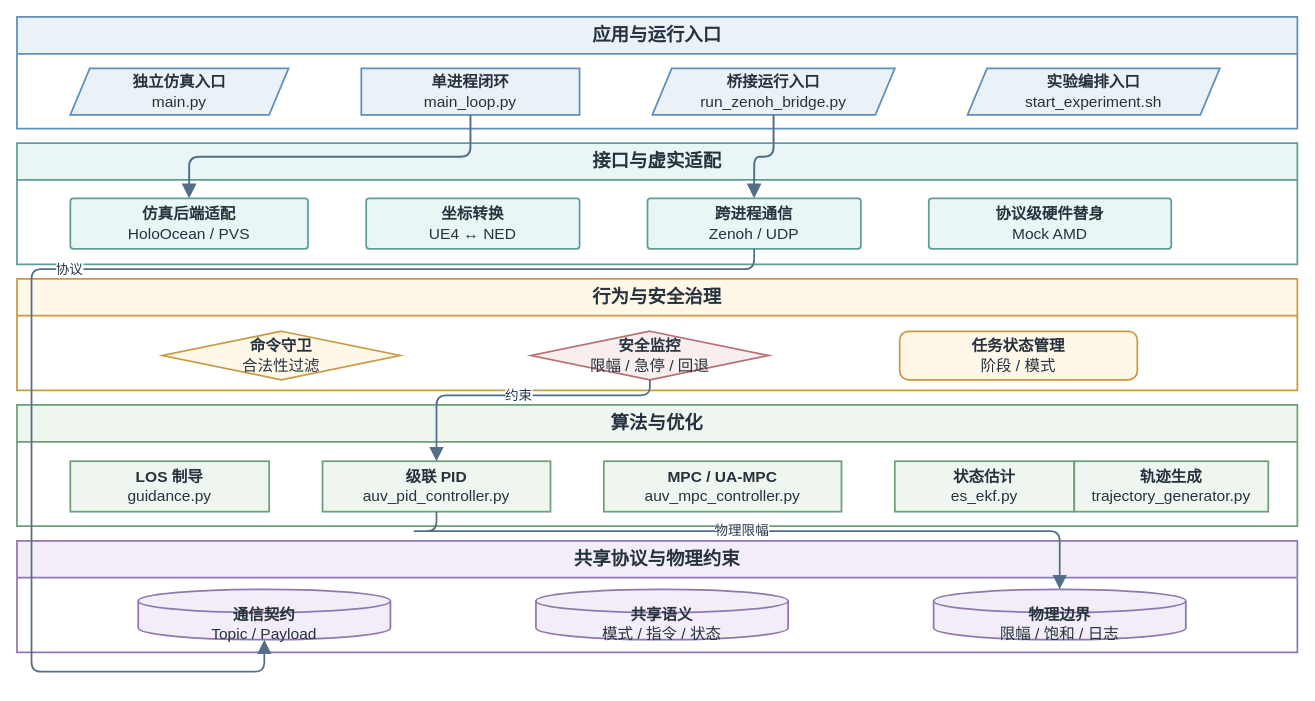
Above: docs/internals/figures/architecture/auv_code_layer_architecture.drawio in 360ZMEM/AUV-Master-Project (draw.io), before the change. Source tidied: cells renumbered, new cells numbered last; positions are measured from the earlier drawing's top-left corner, leaving out a move shared by most shapes. Both pictures are drawn from the tidied source at 97%, with x=0, y=0 at pixel (16, 16).
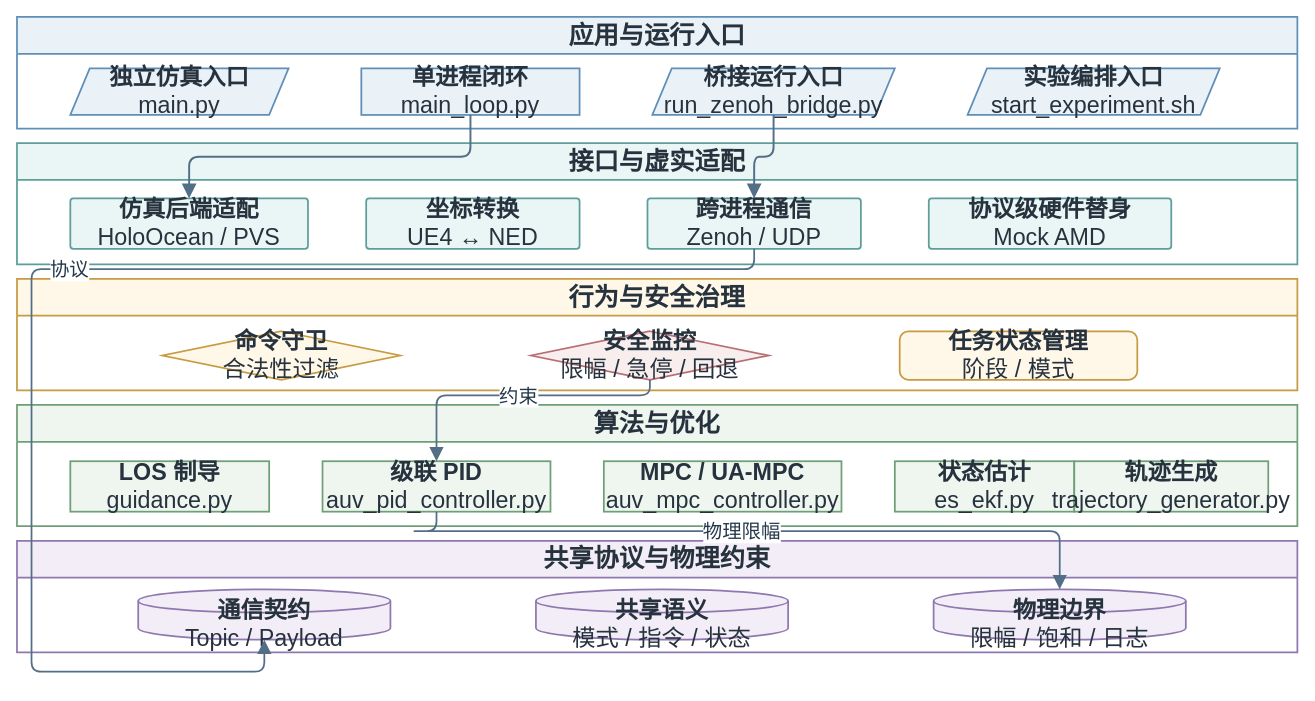
The same diagram, later.

Diff of the diagram source:
```diff
@@
-    <mxCell id="2" value="应用与运行入口" style="swimlane;whiteSpace=wrap;html=1;startSize=38;rounded=0;fillColor=#EAF2F8;strokeColor=#5F8FB8;strokeWidth=1.8;fontFamily=Songti SC;fontSize=19;fontStyle=1;fontColor=#26323D;" parent="1" vertex="1">
+    <mxCell id="2" value="应用与运行入口" style="swimlane;whiteSpace=wrap;html=1;startSize=38;rounded=0;fillColor=#EAF2F8;strokeColor=#5F8FB8;strokeWidth=1.8;fontFamily=Songti SC;fontSize=26;fontStyle=1;fontColor=#26323D;" parent="1" vertex="1">
       <mxGeometry width="1320" height="115" as="geometry" />
     </mxCell>
-    <mxCell id="3" value="接口与虚实适配" style="swimlane;whiteSpace=wrap;html=1;startSize=38;rounded=0;fillColor=#EAF6F5;strokeColor=#5D9E99;strokeWidth=1.8;fontFamily=Songti SC;fontSize=19;fontStyle=1;fontColor=#26323D;" parent="1" vertex="1">
+    <mxCell id="3" value="接口与虚实适配" style="swimlane;whiteSpace=wrap;html=1;startSize=38;rounded=0;fillColor=#EAF6F5;strokeColor=#5D9E99;strokeWidth=1.8;fontFamily=Songti SC;fontSize=26;fontStyle=1;fontColor=#26323D;" parent="1" vertex="1">
       <mxGeometry y="130" width="1320" height="125" as="geometry" />
     </mxCell>
-    <mxCell id="4" value="行为与安全治理" style="swimlane;whiteSpace=wrap;html=1;startSize=38;rounded=0;fillColor=#FFF7E8;strokeColor=#C69B42;strokeWidth=1.8;fontFamily=Songti SC;fontSize=19;fontStyle=1;fontColor=#26323D;" parent="1" vertex="1">
+    <mxCell id="4" value="行为与安全治理" style="swimlane;whiteSpace=wrap;html=1;startSize=38;rounded=0;fillColor=#FFF7E8;strokeColor=#C69B42;strokeWidth=1.8;fontFamily=Songti SC;fontSize=26;fontStyle=1;fontColor=#26323D;" parent="1" vertex="1">
       <mxGeometry y="270" width="1320" height="115" as="geometry" />
     </mxCell>
-    <mxCell id="5" value="算法与优化" style="swimlane;whiteSpace=wrap;html=1;startSize=38;rounded=0;fillColor=#EEF6EF;strokeColor=#6E9F78;strokeWidth=1.8;fontFamily=Songti SC;fontSize=19;fontStyle=1;fontColor=#26323D;" parent="1" vertex="1">
+    <mxCell id="5" value="算法与优化" style="swimlane;whiteSpace=wrap;html=1;startSize=38;rounded=0;fillColor=#EEF6EF;strokeColor=#6E9F78;strokeWidth=1.8;fontFamily=Songti SC;fontSize=26;fontStyle=1;fontColor=#26323D;" parent="1" vertex="1">
       <mxGeometry y="400" width="1320" height="125" as="geometry" />
     </mxCell>
-    <mxCell id="6" value="共享协议与物理约束" style="swimlane;whiteSpace=wrap;html=1;startSize=38;rounded=0;fillColor=#F2EDF7;strokeColor=#8F78AF;strokeWidth=1.8;fontFamily=Songti SC;fontSize=19;fontStyle=1;fontColor=#26323D;" parent="1" vertex="1">
+    <mxCell id="6" value="共享协议与物理约束" style="swimlane;whiteSpace=wrap;html=1;startSize=38;rounded=0;fillColor=#F2EDF7;strokeColor=#8F78AF;strokeWidth=1.8;fontFamily=Songti SC;fontSize=26;fontStyle=1;fontColor=#26323D;" parent="1" vertex="1">
       <mxGeometry y="540" width="1320" height="115" as="geometry" />
     </mxCell>
-    <mxCell id="7" value="&lt;b&gt;独立仿真入口&lt;/b&gt;&lt;br&gt;main.py" style="shape=parallelogram;perimeter=parallelogramPerimeter;fixedSize=1;whiteSpace=wrap;html=1;align=center;verticalAlign=middle;fillColor=#EAF2F8;strokeColor=#5F8FB8;strokeWidth=1.8;spacing=8;fontFamily=Songti SC;fontSize=16;fontColor=#26323D;" parent="2" vertex="1">
+    <mxCell id="7" value="&lt;b&gt;独立仿真入口&lt;/b&gt;&lt;br&gt;main.py" style="shape=parallelogram;perimeter=parallelogramPerimeter;fixedSize=1;whiteSpace=wrap;html=1;align=center;verticalAlign=middle;fillColor=#EAF2F8;strokeColor=#5F8FB8;strokeWidth=1.8;spacing=8;fontFamily=Songti SC;fontSize=24;fontColor=#26323D;" parent="2" vertex="1">
       <mxGeometry x="55" y="53" width="225" height="48" as="geometry" />
     </mxCell>
-    <mxCell id="8" value="&lt;b&gt;单进程闭环&lt;/b&gt;&lt;br&gt;main_loop.py" style="rounded=0;whiteSpace=wrap;html=1;align=center;verticalAlign=middle;fillColor=#EAF2F8;strokeColor=#5F8FB8;strokeWidth=1.8;spacing=8;fontFamily=Songti SC;fontSize=16;fontColor=#26323D;" parent="2" vertex="1">
+    <mxCell id="8" value="&lt;b&gt;单进程闭环&lt;/b&gt;&lt;br&gt;main_loop.py" style="rounded=0;whiteSpace=wrap;html=1;align=center;verticalAlign=middle;fillColor=#EAF2F8;strokeColor=#5F8FB8;strokeWidth=1.8;spacing=8;fontFamily=Songti SC;fontSize=24;fontColor=#26323D;" parent="2" vertex="1">
       <mxGeometry x="355" y="53" width="225" height="48" as="geometry" />
     </mxCell>
-    <mxCell id="9" value="&lt;b&gt;桥接运行入口&lt;/b&gt;&lt;br&gt;run_zenoh_bridge.py" style="shape=parallelogram;perimeter=parallelogramPerimeter;fixedSize=1;whiteSpace=wrap;html=1;align=center;verticalAlign=middle;fillColor=#EAF2F8;strokeColor=#5F8FB8;strokeWidth=1.8;spacing=8;fontFamily=Songti SC;fontSize=16;fontColor=#26323D;" parent="2" vertex="1">
+    <mxCell id="9" value="&lt;b&gt;桥接运行入口&lt;/b&gt;&lt;br&gt;run_zenoh_bridge.py" style="shape=parallelogram;perimeter=parallelogramPerimeter;fixedSize=1;whiteSpace=wrap;html=1;align=center;verticalAlign=middle;fillColor=#EAF2F8;strokeColor=#5F8FB8;strokeWidth=1.8;spacing=8;fontFamily=Songti SC;fontSize=24;fontColor=#26323D;" parent="2" vertex="1">
       <mxGeometry x="655" y="53" width="250" height="48" as="geometry" />
     </mxCell>
-    <mxCell id="10" value="&lt;b&gt;实验编排入口&lt;/b&gt;&lt;br&gt;start_experiment.sh" style="shape=parallelogram;perimeter=parallelogramPerimeter;fixedSize=1;whiteSpace=wrap;html=1;align=center;verticalAlign=middle;fillColor=#EAF2F8;strokeColor=#5F8FB8;strokeWidth=1.8;spacing=8;fontFamily=Songti SC;fontSize=16;fontColor=#26323D;" parent="2" vertex="1">
+    <mxCell id="10" value="&lt;b&gt;实验编排入口&lt;/b&gt;&lt;br&gt;start_experiment.sh" style="shape=parallelogram;perimeter=parallelogramPerimeter;fixedSize=1;whiteSpace=wrap;html=1;align=center;verticalAlign=middle;fillColor=#EAF2F8;strokeColor=#5F8FB8;strokeWidth=1.8;spacing=8;fontFamily=Songti SC;fontSize=24;fontColor=#26323D;" parent="2" vertex="1">
       <mxGeometry x="980" y="53" width="260" height="48" as="geometry" />
     </mxCell>
-    <mxCell id="11" value="&lt;b&gt;仿真后端适配&lt;/b&gt;&lt;br&gt;HoloOcean / PVS" style="rounded=1;arcSize=6;whiteSpace=wrap;html=1;align=center;verticalAlign=middle;fillColor=#EAF6F5;strokeColor=#5D9E99;strokeWidth=1.8;spacing=8;fontFamily=Songti SC;fontSize=16;fontColor=#26323D;" parent="3" vertex="1">
+    <mxCell id="11" value="&lt;b&gt;仿真后端适配&lt;/b&gt;&lt;br&gt;HoloOcean / PVS" style="rounded=1;arcSize=6;whiteSpace=wrap;html=1;align=center;verticalAlign=middle;fillColor=#EAF6F5;strokeColor=#5D9E99;strokeWidth=1.8;spacing=8;fontFamily=Songti SC;fontSize=24;fontColor=#26323D;" parent="3" vertex="1">
       <mxGeometry x="55" y="57" width="245" height="52" as="geometry" />
     </mxCell>
-    <mxCell id="12" value="&lt;b&gt;坐标转换&lt;/b&gt;&lt;br&gt;UE4 ↔ NED" style="rounded=1;arcSize=6;whiteSpace=wrap;html=1;align=center;verticalAlign=middle;fillColor=#EAF6F5;strokeColor=#5D9E99;strokeWidth=1.8;spacing=8;fontFamily=Songti SC;fontSize=16;fontColor=#26323D;" parent="3" vertex="1">
+    <mxCell id="12" value="&lt;b&gt;坐标转换&lt;/b&gt;&lt;br&gt;UE4 ↔ NED" style="rounded=1;arcSize=6;whiteSpace=wrap;html=1;align=center;verticalAlign=middle;fillColor=#EAF6F5;strokeColor=#5D9E99;strokeWidth=1.8;spacing=8;fontFamily=Songti SC;fontSize=24;fontColor=#26323D;" parent="3" vertex="1">
       <mxGeometry x="360" y="57" width="220" height="52" as="geometry" />
     </mxCell>
-    <mxCell id="13" value="&lt;b&gt;跨进程通信&lt;/b&gt;&lt;br&gt;Zenoh / UDP" style="rounded=1;arcSize=6;whiteSpace=wrap;html=1;align=center;verticalAlign=middle;fillColor=#EAF6F5;strokeColor=#5D9E99;strokeWidth=1.8;spacing=8;fontFamily=Songti SC;fontSize=16;fontColor=#26323D;" parent="3" vertex="1">
+    <mxCell id="13" value="&lt;b&gt;跨进程通信&lt;/b&gt;&lt;br&gt;Zenoh / UDP" style="rounded=1;arcSize=6;whiteSpace=wrap;html=1;align=center;verticalAlign=middle;fillColor=#EAF6F5;strokeColor=#5D9E99;strokeWidth=1.8;spacing=8;fontFamily=Songti SC;fontSize=24;fontColor=#26323D;" parent="3" vertex="1">
       <mxGeometry x="650" y="57" width="220" height="52" as="geometry" />
     </mxCell>
-    <mxCell id="14" value="&lt;b&gt;协议级硬件替身&lt;/b&gt;&lt;br&gt;Mock AMD" style="rounded=1;arcSize=6;whiteSpace=wrap;html=1;align=center;verticalAlign=middle;fillColor=#EAF6F5;strokeColor=#5D9E99;strokeWidth=1.8;spacing=8;fontFamily=Songti SC;fontSize=16;fontColor=#26323D;" parent="3" vertex="1">
+    <mxCell id="14" value="&lt;b&gt;协议级硬件替身&lt;/b&gt;&lt;br&gt;Mock AMD" style="rounded=1;arcSize=6;whiteSpace=wrap;html=1;align=center;verticalAlign=middle;fillColor=#EAF6F5;strokeColor=#5D9E99;strokeWidth=1.8;spacing=8;fontFamily=Songti SC;fontSize=24;fontColor=#26323D;" parent="3" vertex="1">
       <mxGeometry x="940" y="57" width="250" height="52" as="geometry" />
     </mxCell>
-    <mxCell id="15" value="&lt;b&gt;命令守卫&lt;/b&gt;&lt;br&gt;合法性过滤" style="rhombus;whiteSpace=wrap;html=1;align=center;verticalAlign=middle;fillColor=#FFF7E8;strokeColor=#C69B42;strokeWidth=1.8;spacing=8;fontFamily=Songti SC;fontSize=16;fontColor=#26323D;" parent="4" vertex="1">
+    <mxCell id="15" value="&lt;b&gt;命令守卫&lt;/b&gt;&lt;br&gt;合法性过滤" style="rhombus;whiteSpace=wrap;html=1;align=center;verticalAlign=middle;fillColor=#FFF7E8;strokeColor=#C69B42;strokeWidth=1.8;spacing=8;fontFamily=Songti SC;fontSize=24;fontColor=#26323D;" parent="4" vertex="1">
       <mxGeometry x="150" y="54" width="245" height="50" as="geometry" />
     </mxCell>
-    <mxCell id="16" value="&lt;b&gt;安全监控&lt;/b&gt;&lt;br&gt;限幅 / 急停 / 回退" style="rhombus;whiteSpace=wrap;html=1;align=center;verticalAlign=middle;fillColor=#F8EEEE;strokeColor=#B86F73;strokeWidth=1.8;spacing=8;fontFamily=Songti SC;fontSize=16;fontColor=#26323D;" parent="4" vertex="1">
+    <mxCell id="16" value="&lt;b&gt;安全监控&lt;/b&gt;&lt;br&gt;限幅 / 急停 / 回退" style="rhombus;whiteSpace=wrap;html=1;align=center;verticalAlign=middle;fillColor=#F8EEEE;strokeColor=#B86F73;strokeWidth=1.8;spacing=8;fontFamily=Songti SC;fontSize=24;fontColor=#26323D;" parent="4" vertex="1">
       <mxGeometry x="530" y="54" width="245" height="50" as="geometry" />
     </mxCell>
-    <mxCell id="17" value="&lt;b&gt;任务状态管理&lt;/b&gt;&lt;br&gt;阶段 / 模式" style="rounded=1;arcSize=18;whiteSpace=wrap;html=1;align=center;verticalAlign=middle;fillColor=#FFF7E8;strokeColor=#C69B42;strokeWidth=1.8;spacing=8;fontFamily=Songti SC;fontSize=16;fontColor=#26323D;" parent="4" vertex="1">
+    <mxCell id="17" value="&lt;b&gt;任务状态管理&lt;/b&gt;&lt;br&gt;阶段 / 模式" style="rounded=1;arcSize=18;whiteSpace=wrap;html=1;align=center;verticalAlign=middle;fillColor=#FFF7E8;strokeColor=#C69B42;strokeWidth=1.8;spacing=8;fontFamily=Songti SC;fontSize=24;fontColor=#26323D;" parent="4" vertex="1">
       <mxGeometry x="910" y="54" width="245" height="50" as="geometry" />
     </mxCell>
-    <mxCell id="18" value="&lt;b&gt;LOS 制导&lt;/b&gt;&lt;br&gt;guidance.py" style="rounded=0;whiteSpace=wrap;html=1;align=center;verticalAlign=middle;fillColor=#EEF6EF;strokeColor=#6E9F78;strokeWidth=1.8;spacing=8;fontFamily=Songti SC;fontSize=16;fontColor=#26323D;" parent="5" vertex="1">
+    <mxCell id="18" value="&lt;b&gt;LOS 制导&lt;/b&gt;&lt;br&gt;guidance.py" style="rounded=0;whiteSpace=wrap;html=1;align=center;verticalAlign=middle;fillColor=#EEF6EF;strokeColor=#6E9F78;strokeWidth=1.8;spacing=8;fontFamily=Songti SC;fontSize=24;fontColor=#26323D;" parent="5" vertex="1">
       <mxGeometry x="55" y="58" width="205" height="52" as="geometry" />
     </mxCell>
-    <mxCell id="19" value="&lt;b&gt;级联 PID&lt;/b&gt;&lt;br&gt;auv_pid_controller.py" style="rounded=0;whiteSpace=wrap;html=1;align=center;verticalAlign=middle;fillColor=#EEF6EF;strokeColor=#6E9F78;strokeWidth=1.8;spacing=8;fontFamily=Songti SC;fontSize=16;fontColor=#26323D;" parent="5" vertex="1">
+    <mxCell id="19" value="&lt;b&gt;级联 PID&lt;/b&gt;&lt;br&gt;auv_pid_controller.py" style="rounded=0;whiteSpace=wrap;html=1;align=center;verticalAlign=middle;fillColor=#EEF6EF;strokeColor=#6E9F78;strokeWidth=1.8;spacing=8;fontFamily=Songti SC;fontSize=24;fontColor=#26323D;" parent="5" vertex="1">
       <mxGeometry x="315" y="58" width="235" height="52" as="geometry" />
     </mxCell>
-    <mxCell id="20" value="&lt;b&gt;MPC / UA-MPC&lt;/b&gt;&lt;br&gt;auv_mpc_controller.py" style="rounded=0;whiteSpace=wrap;html=1;align=center;verticalAlign=middle;fillColor=#EEF6EF;strokeColor=#6E9F78;strokeWidth=1.8;spacing=8;fontFamily=Songti SC;fontSize=16;fontColor=#26323D;" parent="5" vertex="1">
+    <mxCell id="20" value="&lt;b&gt;MPC / UA-MPC&lt;/b&gt;&lt;br&gt;auv_mpc_controller.py" style="rounded=0;whiteSpace=wrap;html=1;align=center;verticalAlign=middle;fillColor=#EEF6EF;strokeColor=#6E9F78;strokeWidth=1.8;spacing=8;fontFamily=Songti SC;fontSize=24;fontColor=#26323D;" parent="5" vertex="1">
       <mxGeometry x="605" y="58" width="245" height="52" as="geometry" />
     </mxCell>
-    <mxCell id="21" value="&lt;b&gt;状态估计&lt;/b&gt;&lt;br&gt;es_ekf.py" style="rounded=0;whiteSpace=wrap;html=1;align=center;verticalAlign=middle;fillColor=#EEF6EF;strokeColor=#6E9F78;strokeWidth=1.8;spacing=8;fontFamily=Songti SC;fontSize=16;fontColor=#26323D;" parent="5" vertex="1">
+    <mxCell id="21" value="&lt;b&gt;状态估计&lt;/b&gt;&lt;br&gt;es_ekf.py" style="rounded=0;whiteSpace=wrap;html=1;align=center;verticalAlign=middle;fillColor=#EEF6EF;strokeColor=#6E9F78;strokeWidth=1.8;spacing=8;fontFamily=Songti SC;fontSize=24;fontColor=#26323D;" parent="5" vertex="1">
       <mxGeometry x="905" y="58" width="185" height="52" as="geometry" />
     </mxCell>
-    <mxCell id="22" value="&lt;b&gt;轨迹生成&lt;/b&gt;&lt;br&gt;trajectory_generator.py" style="rounded=0;whiteSpace=wrap;html=1;align=center;verticalAlign=middle;fillColor=#EEF6EF;strokeColor=#6E9F78;strokeWidth=1.8;spacing=8;fontFamily=Songti SC;fontSize=16;fontColor=#26323D;" parent="5" vertex="1">
+    <mxCell id="22" value="&lt;b&gt;轨迹生成&lt;/b&gt;&lt;br&gt;trajectory_generator.py" style="rounded=0;whiteSpace=wrap;html=1;align=center;verticalAlign=middle;fillColor=#EEF6EF;strokeColor=#6E9F78;strokeWidth=1.8;spacing=8;fontFamily=Songti SC;fontSize=24;fontColor=#26323D;" parent="5" vertex="1">
       <mxGeometry x="1090" y="58" width="200" height="52" as="geometry" />
     </mxCell>
-    <mxCell id="23" value="&lt;b&gt;通信契约&lt;/b&gt;&lt;br&gt;Topic / Payload" style="shape=cylinder3;boundedLbl=1;backgroundOutline=1;size=12;whiteSpace=wrap;html=1;align=center;verticalAlign=middle;fillColor=#F2EDF7;strokeColor=#8F78AF;strokeWidth=1.8;spacing=8;fontFamily=Songti SC;fontSize=16;fontColor=#26323D;" parent="6" vertex="1">
+    <mxCell id="23" value="&lt;b&gt;通信契约&lt;/b&gt;&lt;br&gt;Topic / Payload" style="shape=cylinder3;boundedLbl=1;backgroundOutline=1;size=12;whiteSpace=wrap;html=1;align=center;verticalAlign=middle;fillColor=#F2EDF7;strokeColor=#8F78AF;strokeWidth=1.8;spacing=8;fontFamily=Songti SC;fontSize=24;fontColor=#26323D;" parent="6" vertex="1">
       <mxGeometry x="125" y="50" width="260" height="52" as="geometry" />
     </mxCell>
-    <mxCell id="24" value="&lt;b&gt;共享语义&lt;/b&gt;&lt;br&gt;模式 / 指令 / 状态" style="shape=cylinder3;boundedLbl=1;backgroundOutline=1;size=12;whiteSpace=wrap;html=1;align=center;verticalAlign=middle;fillColor=#F2EDF7;strokeColor=#8F78AF;strokeWidth=1.8;spacing=8;fontFamily=Songti SC;fontSize=16;fontColor=#26323D;" parent="6" vertex="1">
+    <mxCell id="24" value="&lt;b&gt;共享语义&lt;/b&gt;&lt;br&gt;模式 / 指令 / 状态" style="shape=cylinder3;boundedLbl=1;backgroundOutline=1;size=12;whiteSpace=wrap;html=1;align=center;verticalAlign=middle;fillColor=#F2EDF7;strokeColor=#8F78AF;strokeWidth=1.8;spacing=8;fontFamily=Songti SC;fontSize=24;fontColor=#26323D;" parent="6" vertex="1">
       <mxGeometry x="535" y="50" width="260" height="52" as="geometry" />
     </mxCell>
-    <mxCell id="25" value="&lt;b&gt;物理边界&lt;/b&gt;&lt;br&gt;限幅 / 饱和 / 日志" style="shape=cylinder3;boundedLbl=1;backgroundOutline=1;size=12;whiteSpace=wrap;html=1;align=center;verticalAlign=middle;fillColor=#F2EDF7;strokeColor=#8F78AF;strokeWidth=1.8;spacing=8;fontFamily=Songti SC;fontSize=16;fontColor=#26323D;" parent="6" vertex="1">
+    <mxCell id="25" value="&lt;b&gt;物理边界&lt;/b&gt;&lt;br&gt;限幅 / 饱和 / 日志" style="shape=cylinder3;boundedLbl=1;backgroundOutline=1;size=12;whiteSpace=wrap;html=1;align=center;verticalAlign=middle;fillColor=#F2EDF7;strokeColor=#8F78AF;strokeWidth=1.8;spacing=8;fontFamily=Songti SC;fontSize=24;fontColor=#26323D;" parent="6" vertex="1">
       <mxGeometry x="945" y="50" width="260" height="52" as="geometry" />
     </mxCell>
-    <mxCell id="26" style="edgeStyle=orthogonalEdgeStyle;rounded=1;jettySize=auto;html=1;strokeColor=#536F87;strokeWidth=2.0;fontFamily=Songti SC;fontSize=14;fontStyle=1;fontColor=#25384A;labelBackgroundColor=#FFFFFF;labelBorderColor=none;endArrow=block;endFill=1;endSize=10;exitX=0.5;exitY=1;entryX=0.5;entryY=0;" parent="1" edge="1" source="8" target="11">
+    <mxCell id="26" style="edgeStyle=orthogonalEdgeStyle;rounded=1;jettySize=auto;html=1;strokeColor=#536F87;strokeWidth=2.0;fontFamily=Songti SC;fontSize=20;fontStyle=1;fontColor=#25384A;labelBackgroundColor=#FFFFFF;labelBorderColor=none;endArrow=block;endFill=1;endSize=10;exitX=0.5;exitY=1;entryX=0.5;entryY=0;" parent="1" edge="1" source="8" target="11">
       <mxGeometry relative="1" as="geometry" />
     </mxCell>
-    <mxCell id="27" style="edgeStyle=orthogonalEdgeStyle;rounded=1;jettySize=auto;html=1;strokeColor=#536F87;strokeWidth=2.0;fontFamily=Songti SC;fontSize=14;fontStyle=1;fontColor=#25384A;labelBackgroundColor=#FFFFFF;labelBorderColor=none;endArrow=block;endFill=1;endSize=10;exitX=0.5;exitY=1;entryX=0.5;entryY=0;" parent="1" edge="1" source="9" target="13">
+    <mxCell id="27" style="edgeStyle=orthogonalEdgeStyle;rounded=1;jettySize=auto;html=1;strokeColor=#536F87;strokeWidth=2.0;fontFamily=Songti SC;fontSize=20;fontStyle=1;fontColor=#25384A;labelBackgroundColor=#FFFFFF;labelBorderColor=none;endArrow=block;endFill=1;endSize=10;exitX=0.5;exitY=1;entryX=0.5;entryY=0;" parent="1" edge="1" source="9" target="13">
       <mxGeometry relative="1" as="geometry" />
     </mxCell>
-    <mxCell id="28" value="协议" style="edgeStyle=orthogonalEdgeStyle;rounded=1;jettySize=auto;html=1;strokeColor=#536F87;strokeWidth=1.8;fontFamily=Songti SC;fontSize=14;fontColor=#25384A;labelBackgroundColor=#FFFFFF;labelBorderColor=none;endArrow=block;endFill=1;endSize=10;exitX=0.5;exitY=1;entryX=0.5;entryY=1;" parent="1" edge="1" source="13" target="23">
+    <mxCell id="28" value="协议" style="edgeStyle=orthogonalEdgeStyle;rounded=1;jettySize=auto;html=1;strokeColor=#536F87;strokeWidth=1.8;fontFamily=Songti SC;fontSize=20;fontColor=#25384A;labelBackgroundColor=#FFFFFF;labelBorderColor=none;endArrow=block;endFill=1;endSize=10;exitX=0.5;exitY=1;entryX=0.5;entryY=1;" parent="1" edge="1" source="13" target="23">
       <mxGeometry relative="1" as="geometry">
         <Array as="points">
           <mxPoint x="760" y="260" />
           <mxPoint x="15" y="260" />
           <mxPoint x="15" y="675" />
           <mxPoint x="255" y="675" />
         </Array>
       </mxGeometry>
     </mxCell>
-    <mxCell id="29" value="约束" style="edgeStyle=orthogonalEdgeStyle;rounded=1;jettySize=auto;html=1;strokeColor=#536F87;strokeWidth=1.8;fontFamily=Songti SC;fontSize=14;fontColor=#25384A;labelBackgroundColor=#FFFFFF;labelBorderColor=none;endArrow=block;endFill=1;endSize=10;exitX=0.5;exitY=1;entryX=0.5;entryY=0;" parent="1" edge="1" source="16" target="19">
+    <mxCell id="29" value="约束" style="edgeStyle=orthogonalEdgeStyle;rounded=1;jettySize=auto;html=1;strokeColor=#536F87;strokeWidth=1.8;fontFamily=Songti SC;fontSize=20;fontColor=#25384A;labelBackgroundColor=#FFFFFF;labelBorderColor=none;endArrow=block;endFill=1;endSize=10;exitX=0.5;exitY=1;entryX=0.5;entryY=0;" parent="1" edge="1" source="16" target="19">
       <mxGeometry relative="1" as="geometry">
         <Array as="points">
           <mxPoint x="620" y="390" />
           <mxPoint x="405" y="390" />
         </Array>
       </mxGeometry>
     </mxCell>
-    <mxCell id="30" value="物理限幅" style="edgeStyle=orthogonalEdgeStyle;rounded=1;jettySize=auto;html=1;strokeColor=#536F87;strokeWidth=1.8;fontFamily=Songti SC;fontSize=14;fontColor=#25384A;labelBackgroundColor=#FFFFFF;labelBorderColor=none;endArrow=block;endFill=1;endSize=10;exitX=0.5;exitY=1;entryX=0.5;entryY=0;" parent="1" edge="1" source="19" target="25">
+    <mxCell id="30" value="物理限幅" style="edgeStyle=orthogonalEdgeStyle;rounded=1;jettySize=auto;html=1;strokeColor=#536F87;strokeWidth=1.8;fontFamily=Songti SC;fontSize=20;fontColor=#25384A;labelBackgroundColor=#FFFFFF;labelBorderColor=none;endArrow=block;endFill=1;endSize=10;exitX=0.5;exitY=1;entryX=0.5;entryY=0;" parent="1" edge="1" source="19" target="25">
       <mxGeometry relative="1" as="geometry">
         <Array as="points">
           <mxPoint x="405" y="530" />
           <mxPoint x="1045" y="530" />
         </Array>
       </mxGeometry>
     </mxCell>
```
